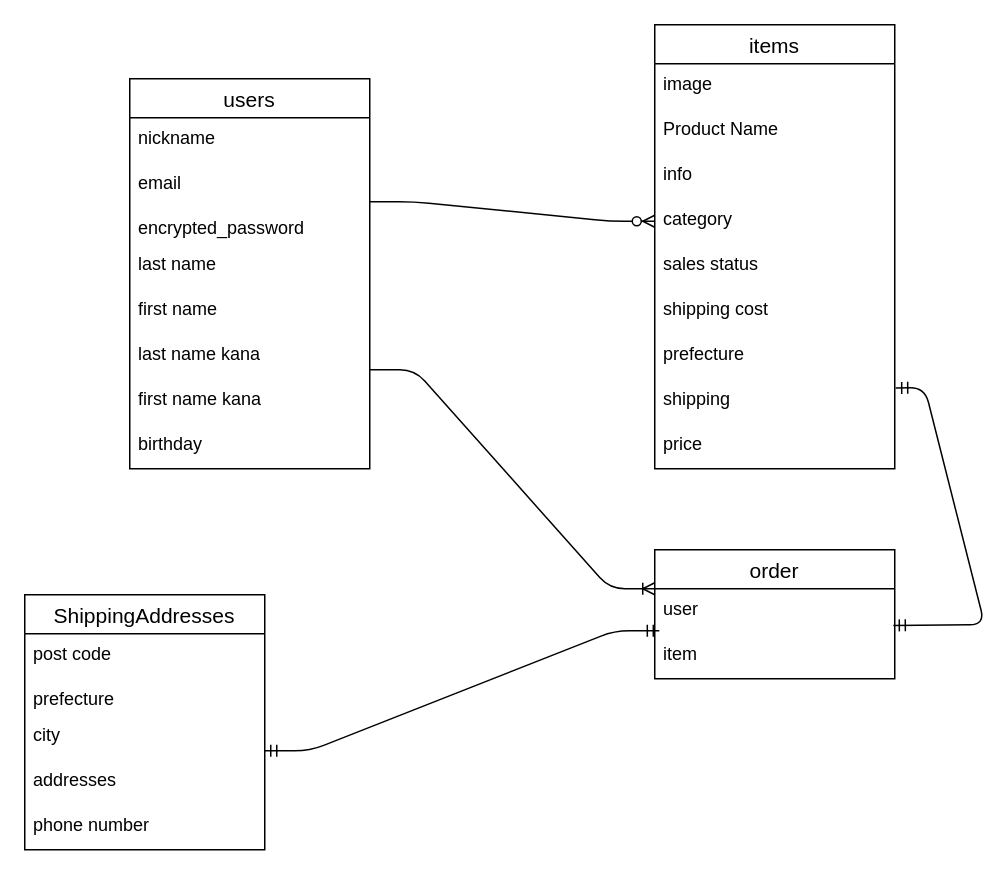
momo-xxx-tarou/furima-41762 keeps this draw.io diagram as ER.dio. Above is the earlier version. Source tidied: cells renumbered, new cells numbered last; positions are measured from the earlier drawing's top-left corner, leaving out a move shared by most shapes. Both pictures are drawn from the tidied source at 150%, with x=0, y=0 at pixel (24, 24).
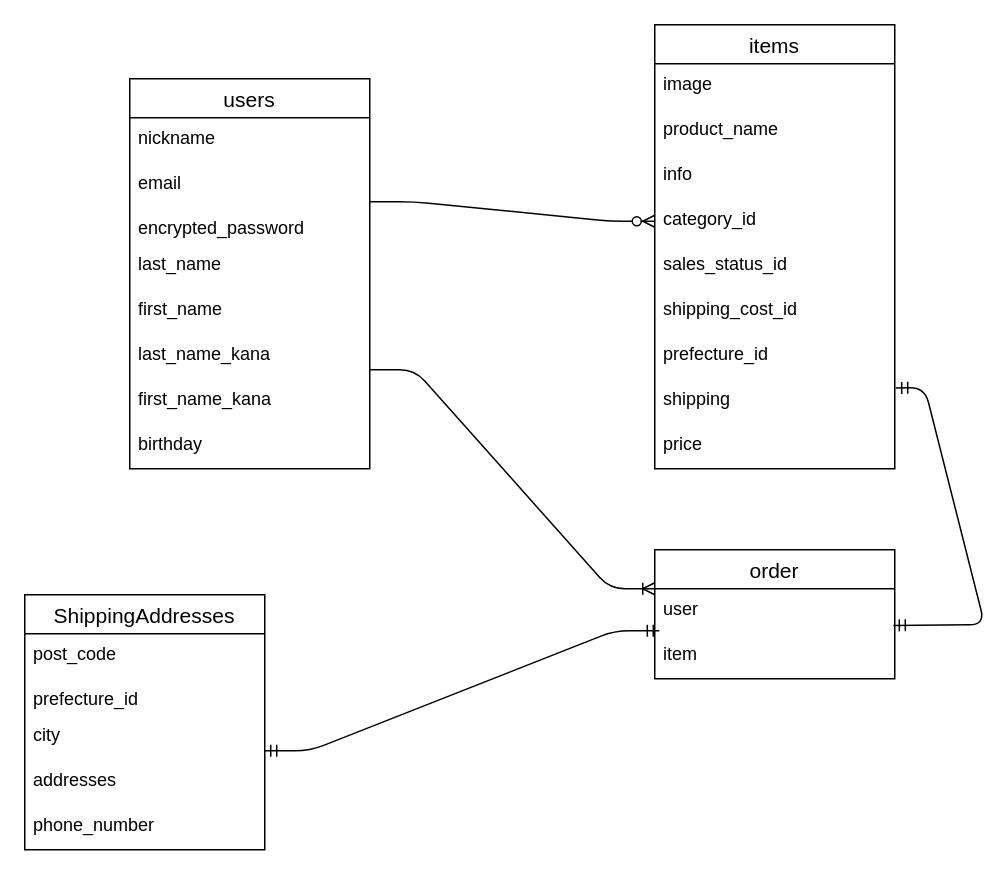
The same page after the edit.

Unchanged cells that the change refers to:
```xml
<mxCell id="2" value="users" style="swimlane;fontStyle=0;horizontal=1;startSize=26;align=center;fontSize=14;" parent="1" vertex="1">
  <mxGeometry x="70" y="36" width="160" height="260" as="geometry" />
</mxCell>
<mxCell id="11" value="items" style="swimlane;fontStyle=0;horizontal=1;startSize=26;align=center;fontSize=14;" parent="1" vertex="1">
  <mxGeometry x="420" width="160" height="296" as="geometry" />
</mxCell>
<mxCell id="21" value="ShippingAddresses" style="swimlane;fontStyle=0;horizontal=1;startSize=26;align=center;fontSize=14;" parent="1" vertex="1">
  <mxGeometry y="380" width="160" height="170" as="geometry" />
</mxCell>
```

What changed in the source:
```diff
@@
-    <mxCell id="6" value="last name" style="text;strokeColor=none;fillColor=none;spacingLeft=4;spacingRight=4;overflow=hidden;fontSize=12;" parent="2" vertex="1">
+    <mxCell id="6" value="last_name" style="text;strokeColor=none;fillColor=none;spacingLeft=4;spacingRight=4;overflow=hidden;fontSize=12;" parent="2" vertex="1">
       <mxGeometry y="110" width="160" height="30" as="geometry" />
     </mxCell>
-    <mxCell id="7" value="first name" style="text;strokeColor=none;fillColor=none;spacingLeft=4;spacingRight=4;overflow=hidden;fontSize=12;" parent="2" vertex="1">
+    <mxCell id="7" value="first_name" style="text;strokeColor=none;fillColor=none;spacingLeft=4;spacingRight=4;overflow=hidden;fontSize=12;" parent="2" vertex="1">
       <mxGeometry y="140" width="160" height="30" as="geometry" />
     </mxCell>
-    <mxCell id="8" value="last name kana" style="text;strokeColor=none;fillColor=none;spacingLeft=4;spacingRight=4;overflow=hidden;fontSize=12;" parent="2" vertex="1">
+    <mxCell id="8" value="last_name_kana" style="text;strokeColor=none;fillColor=none;spacingLeft=4;spacingRight=4;overflow=hidden;fontSize=12;" parent="2" vertex="1">
       <mxGeometry y="170" width="160" height="30" as="geometry" />
     </mxCell>
-    <mxCell id="9" value="first name kana" style="text;strokeColor=none;fillColor=none;spacingLeft=4;spacingRight=4;overflow=hidden;fontSize=12;" parent="2" vertex="1">
+    <mxCell id="9" value="first_name_kana" style="text;strokeColor=none;fillColor=none;spacingLeft=4;spacingRight=4;overflow=hidden;fontSize=12;" parent="2" vertex="1">
       <mxGeometry y="200" width="160" height="30" as="geometry" />
     </mxCell>
@@
-    <mxCell id="13" value="Product Name" style="text;strokeColor=none;fillColor=none;spacingLeft=4;spacingRight=4;overflow=hidden;fontSize=12;" parent="11" vertex="1">
+    <mxCell id="13" value="product_name" style="text;strokeColor=none;fillColor=none;spacingLeft=4;spacingRight=4;overflow=hidden;fontSize=12;" parent="11" vertex="1">
       <mxGeometry y="56" width="160" height="30" as="geometry" />
     </mxCell>
@@
-    <mxCell id="15" value="category" style="text;strokeColor=none;fillColor=none;spacingLeft=4;spacingRight=4;overflow=hidden;points=[[0,0.5],[1,0.5]];portConstraint=eastwest;fontSize=12;" parent="11" vertex="1">
+    <mxCell id="15" value="category_id" style="text;strokeColor=none;fillColor=none;spacingLeft=4;spacingRight=4;overflow=hidden;points=[[0,0.5],[1,0.5]];portConstraint=eastwest;fontSize=12;" parent="11" vertex="1">
       <mxGeometry y="116" width="160" height="30" as="geometry" />
     </mxCell>
-    <mxCell id="16" value="sales status" style="text;strokeColor=none;fillColor=none;spacingLeft=4;spacingRight=4;overflow=hidden;fontSize=12;" parent="11" vertex="1">
+    <mxCell id="16" value="sales_status_id" style="text;strokeColor=none;fillColor=none;spacingLeft=4;spacingRight=4;overflow=hidden;fontSize=12;" parent="11" vertex="1">
       <mxGeometry y="146" width="160" height="30" as="geometry" />
     </mxCell>
-    <mxCell id="17" value="shipping cost" style="text;strokeColor=none;fillColor=none;spacingLeft=4;spacingRight=4;overflow=hidden;fontSize=12;" parent="11" vertex="1">
+    <mxCell id="17" value="shipping_cost_id" style="text;strokeColor=none;fillColor=none;spacingLeft=4;spacingRight=4;overflow=hidden;fontSize=12;" parent="11" vertex="1">
       <mxGeometry y="176" width="160" height="30" as="geometry" />
     </mxCell>
-    <mxCell id="18" value="prefecture" style="text;strokeColor=none;fillColor=none;spacingLeft=4;spacingRight=4;overflow=hidden;fontSize=12;" parent="11" vertex="1">
+    <mxCell id="18" value="prefecture_id" style="text;strokeColor=none;fillColor=none;spacingLeft=4;spacingRight=4;overflow=hidden;fontSize=12;" parent="11" vertex="1">
       <mxGeometry y="206" width="160" height="30" as="geometry" />
     </mxCell>
@@
-    <mxCell id="22" value="post code" style="text;strokeColor=none;fillColor=none;spacingLeft=4;spacingRight=4;overflow=hidden;fontSize=12;" parent="21" vertex="1">
+    <mxCell id="22" value="post_code" style="text;strokeColor=none;fillColor=none;spacingLeft=4;spacingRight=4;overflow=hidden;fontSize=12;" parent="21" vertex="1">
       <mxGeometry y="26" width="160" height="30" as="geometry" />
     </mxCell>
-    <mxCell id="23" value="prefecture&#10;&#10;" style="text;strokeColor=none;fillColor=none;spacingLeft=4;spacingRight=4;overflow=hidden;fontSize=12;" parent="21" vertex="1">
+    <mxCell id="23" value="prefecture_id&#10;&#10;" style="text;strokeColor=none;fillColor=none;spacingLeft=4;spacingRight=4;overflow=hidden;fontSize=12;" parent="21" vertex="1">
       <mxGeometry y="56" width="160" height="24" as="geometry" />
     </mxCell>
@@
-    <mxCell id="26" value="phone number" style="text;strokeColor=none;fillColor=none;spacingLeft=4;spacingRight=4;overflow=hidden;fontSize=12;" parent="21" vertex="1">
+    <mxCell id="26" value="phone_number" style="text;strokeColor=none;fillColor=none;spacingLeft=4;spacingRight=4;overflow=hidden;fontSize=12;" parent="21" vertex="1">
       <mxGeometry y="140" width="160" height="30" as="geometry" />
     </mxCell>
```
